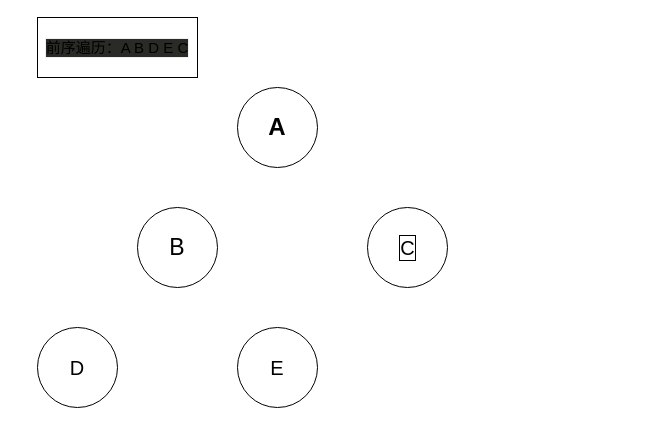
PhilRandWu/Algorithm_code_ts keeps this draw.io diagram as src/图解.dio. Above is the earlier version. Source tidied: cells renumbered, new cells numbered last; positions are measured from the earlier drawing's top-left corner, leaving out a move shared by most shapes. Both pictures are drawn from the tidied source at 100%, with x=0, y=0 at pixel (37, 17).
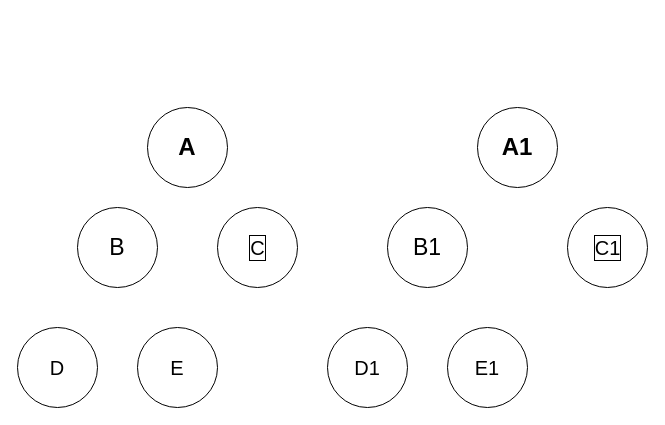
Above is the later version.

Commit message (it also covers changes not shown here):
二叉树的比较(可互换)

Diff of the diagram source:
```diff
@@
 <mxGraphModel>
   <root>
     <mxCell id="0" />
     <mxCell id="1" parent="0" />
     <mxCell id="2" value="&lt;h1&gt;A&lt;/h1&gt;" style="ellipse;whiteSpace=wrap;html=1;" parent="1" vertex="1">
-      <mxGeometry x="200" y="70" width="80" height="80" as="geometry" />
+      <mxGeometry x="110" y="90" width="80" height="80" as="geometry" />
     </mxCell>
     <mxCell id="3" value="B" style="ellipse;whiteSpace=wrap;html=1;fontStyle=0;fontSize=23;" parent="1" vertex="1">
-      <mxGeometry x="100" y="190" width="80" height="80" as="geometry" />
+      <mxGeometry x="40" y="190" width="80" height="80" as="geometry" />
     </mxCell>
     <mxCell id="4" value="C" style="ellipse;html=1;fontSize=20;labelBorderColor=default;" parent="1" vertex="1">
-      <mxGeometry x="330" y="190" width="80" height="80" as="geometry" />
+      <mxGeometry x="180" y="190" width="80" height="80" as="geometry" />
     </mxCell>
     <mxCell id="5" value="D" style="ellipse;whiteSpace=wrap;html=1;fontSize=20;" parent="1" vertex="1">
-      <mxGeometry y="310" width="80" height="80" as="geometry" />
+      <mxGeometry x="-20" y="310" width="80" height="80" as="geometry" />
     </mxCell>
     <mxCell id="6" value="E" style="ellipse;whiteSpace=wrap;html=1;fontSize=20;" parent="1" vertex="1">
-      <mxGeometry x="200" y="310" width="80" height="80" as="geometry" />
+      <mxGeometry x="100" y="310" width="80" height="80" as="geometry" />
     </mxCell>
-    <mxCell id="7" value="前序遍历：A B D E C" style="whiteSpace=wrap;html=1;labelBorderColor=#F0F0F0;fontSize=15;labelBackgroundColor=#2A2A27;fillColor=#FFFFFF;" parent="1" vertex="1">
-      <mxGeometry width="160" height="60" as="geometry" />
-    </mxCell>
+    <mxCell id="8" value="&lt;h1&gt;A1&lt;/h1&gt;" style="ellipse;whiteSpace=wrap;html=1;" parent="1" vertex="1">
+      <mxGeometry x="440" y="90" width="80" height="80" as="geometry" />
+    </mxCell>
+    <mxCell id="9" value="B1" style="ellipse;whiteSpace=wrap;html=1;fontStyle=0;fontSize=23;" parent="1" vertex="1">
+      <mxGeometry x="350" y="190" width="80" height="80" as="geometry" />
+    </mxCell>
+    <mxCell id="10" value="C1" style="ellipse;html=1;fontSize=20;labelBorderColor=default;" parent="1" vertex="1">
+      <mxGeometry x="530" y="190" width="80" height="80" as="geometry" />
+    </mxCell>
+    <mxCell id="11" value="D1" style="ellipse;whiteSpace=wrap;html=1;fontSize=20;" parent="1" vertex="1">
+      <mxGeometry x="290" y="310" width="80" height="80" as="geometry" />
+    </mxCell>
+    <mxCell id="12" value="E1" style="ellipse;whiteSpace=wrap;html=1;fontSize=20;" parent="1" vertex="1">
+      <mxGeometry x="410" y="310" width="80" height="80" as="geometry" />
+    </mxCell>
   </root>
 </mxGraphModel>
```
